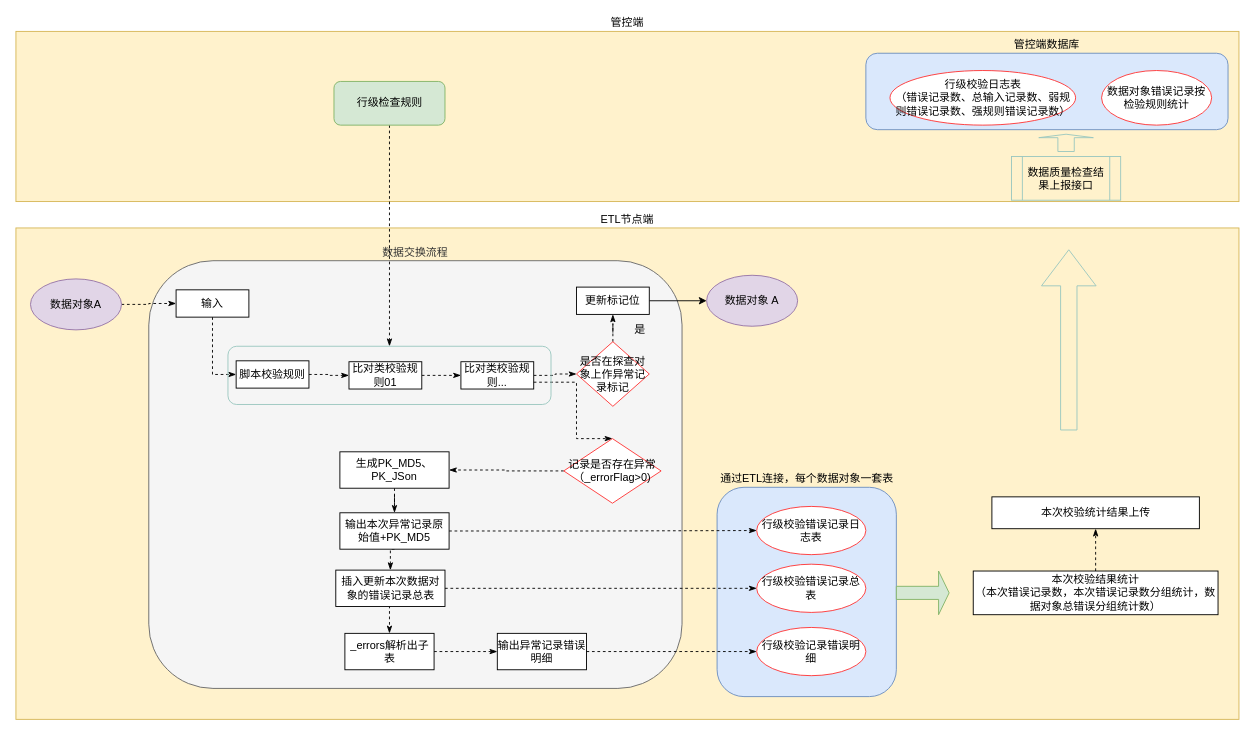
The draw.io diagram page "DataQulityCheckFlow" (2 of 2) of 数据质量.drawio in JefferNew/data2wisdom, before the edit. Source tidied: cells renumbered, new cells numbered last; positions are measured from the earlier drawing's top-left corner, leaving out a move shared by most shapes. Both pictures are drawn from the tidied source at 91%, with x=0, y=0 at pixel (15, 31).
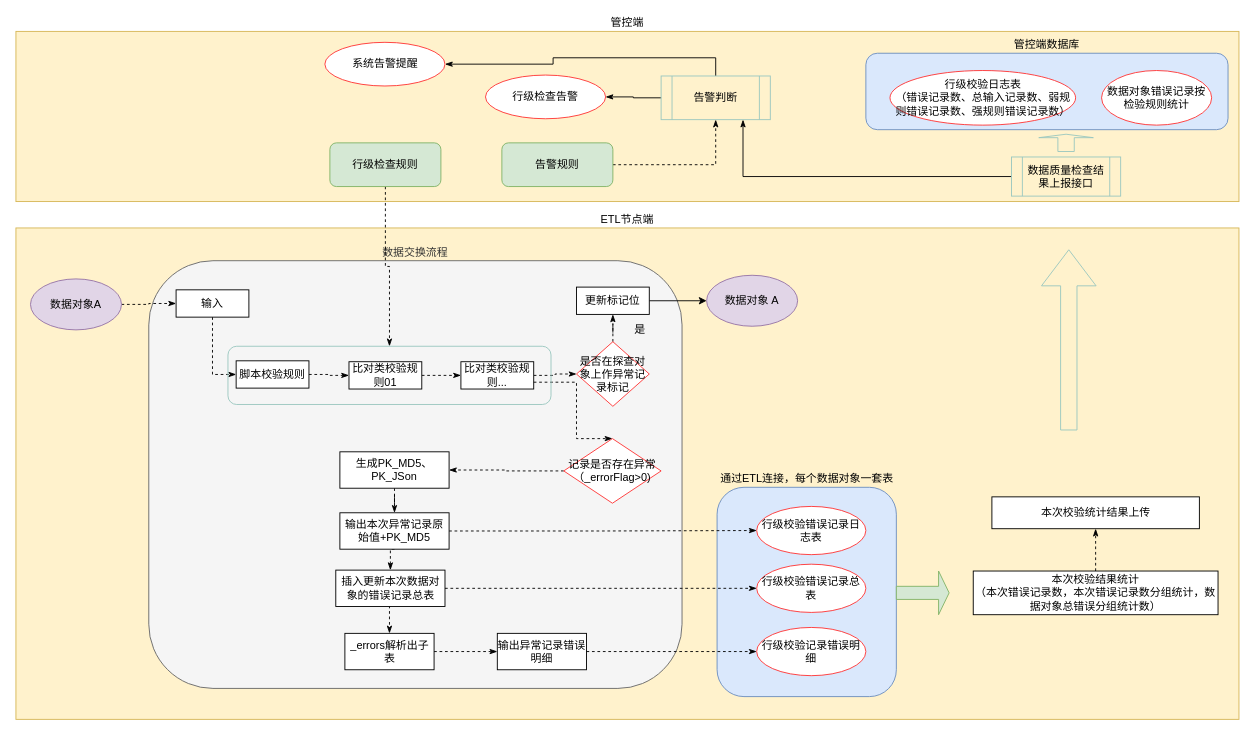
Above is the later version.

The edit, as a diff of the source:
```diff
@@
     <mxCell id="13" value="行级检查规则" style="rounded=1;whiteSpace=wrap;html=1;fillColor=#d5e8d4;strokeColor=#82b366;" parent="1" vertex="1">
-      <mxGeometry x="349.5" y="55" width="122" height="48" as="geometry" />
+      <mxGeometry x="345" y="122.5" width="122" height="48" as="geometry" />
     </mxCell>
@@
+    <mxCell id="53" style="edgeStyle=orthogonalEdgeStyle;rounded=0;jettySize=auto;html=1;exitX=0;exitY=0.5;exitDx=0;exitDy=0;entryX=0.75;entryY=1;entryDx=0;entryDy=0;endArrow=classicThin;endFill=1;" parent="1" edge="1" source="48" target="56">
+      <mxGeometry relative="1" as="geometry" />
+    </mxCell>
     <mxCell id="48" value="数据质量检查结果上报接口" style="shape=process;whiteSpace=wrap;html=1;backgroundOutline=1;strokeColor=#9AC7BF;fillColor=none;" parent="1" vertex="1">
-      <mxGeometry x="1094" y="137.5" width="120" height="48" as="geometry" />
+      <mxGeometry x="1094" y="138" width="120" height="43" as="geometry" />
     </mxCell>
@@
+    <mxCell id="54" style="edgeStyle=orthogonalEdgeStyle;rounded=0;jettySize=auto;html=1;exitX=0;exitY=0.5;exitDx=0;exitDy=0;endArrow=classicThin;endFill=1;" parent="1" edge="1" source="56" target="59">
+      <mxGeometry relative="1" as="geometry" />
+    </mxCell>
+    <mxCell id="55" style="edgeStyle=orthogonalEdgeStyle;rounded=0;jettySize=auto;html=1;exitX=0.5;exitY=0;exitDx=0;exitDy=0;entryX=1;entryY=0.5;entryDx=0;entryDy=0;endArrow=classicThin;endFill=1;" parent="1" edge="1" source="56" target="60">
+      <mxGeometry relative="1" as="geometry" />
+    </mxCell>
+    <mxCell id="56" value="告警判断" style="shape=process;whiteSpace=wrap;html=1;backgroundOutline=1;strokeColor=#9AC7BF;fillColor=none;" parent="1" vertex="1">
+      <mxGeometry x="709" y="49" width="120" height="48" as="geometry" />
+    </mxCell>
+    <mxCell id="57" style="edgeStyle=orthogonalEdgeStyle;rounded=0;jettySize=auto;html=1;exitX=1;exitY=0.5;exitDx=0;exitDy=0;entryX=0.5;entryY=1;entryDx=0;entryDy=0;dashed=1;endArrow=classicThin;endFill=1;" parent="1" edge="1" source="58" target="56">
+      <mxGeometry relative="1" as="geometry" />
+    </mxCell>
+    <mxCell id="58" value="告警规则" style="rounded=1;whiteSpace=wrap;html=1;fillColor=#d5e8d4;strokeColor=#82b366;" parent="1" vertex="1">
+      <mxGeometry x="534" y="122.5" width="122" height="48" as="geometry" />
+    </mxCell>
+    <mxCell id="59" value="行级检查告警" style="ellipse;whiteSpace=wrap;html=1;strokeColor=#FF3333;" parent="1" vertex="1">
+      <mxGeometry x="516" y="48" width="132" height="48" as="geometry" />
+    </mxCell>
+    <mxCell id="60" value="系统告警提醒" style="ellipse;whiteSpace=wrap;html=1;strokeColor=#FF3333;" parent="1" vertex="1">
+      <mxGeometry x="339.5" y="12" width="132" height="48" as="geometry" />
+    </mxCell>
```
